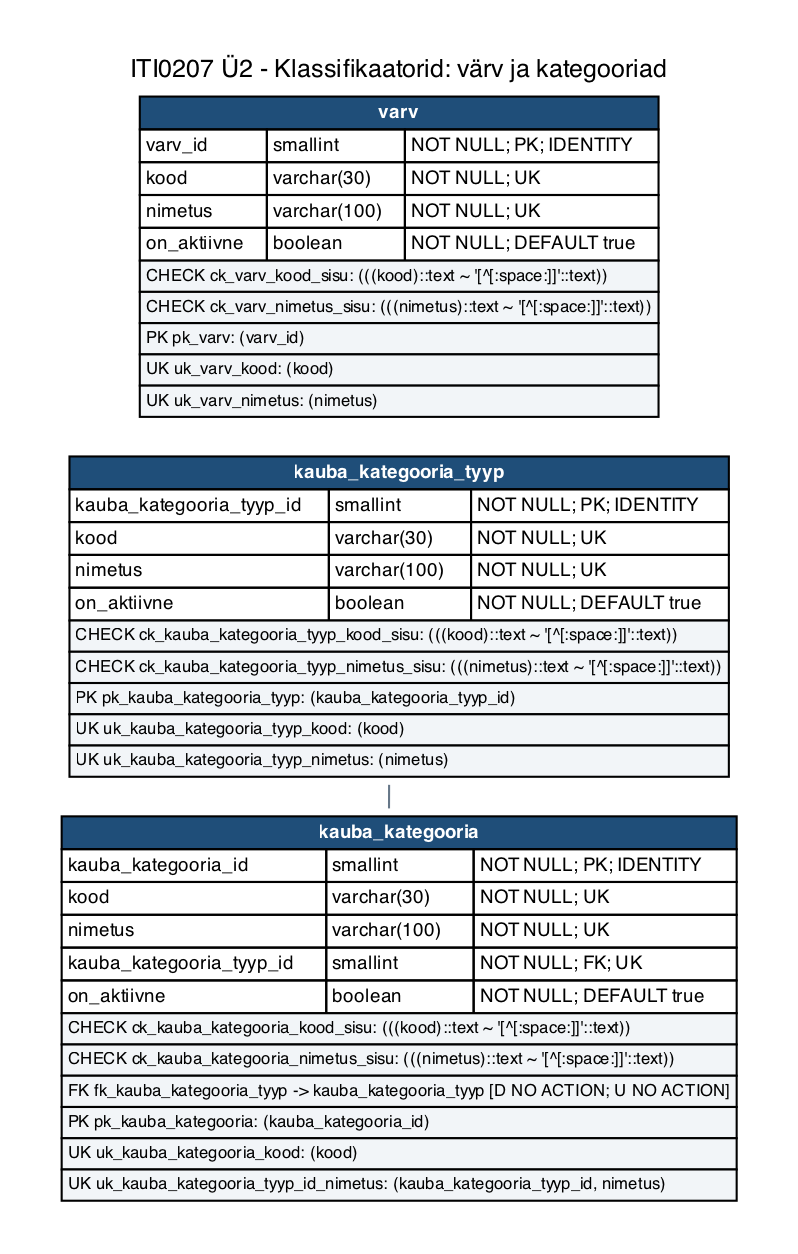
The Graphviz diagram iti0207-epood/docs/diagrams/u2-01e-klassifikaatorid-kategooriad.png in tamkivi/andmebaasid-projekt, before a commit. Its source is kept beside it as iti0207-epood/docs/diagrams/u2-01e-klassifikaatorid-kategooriad.dot.
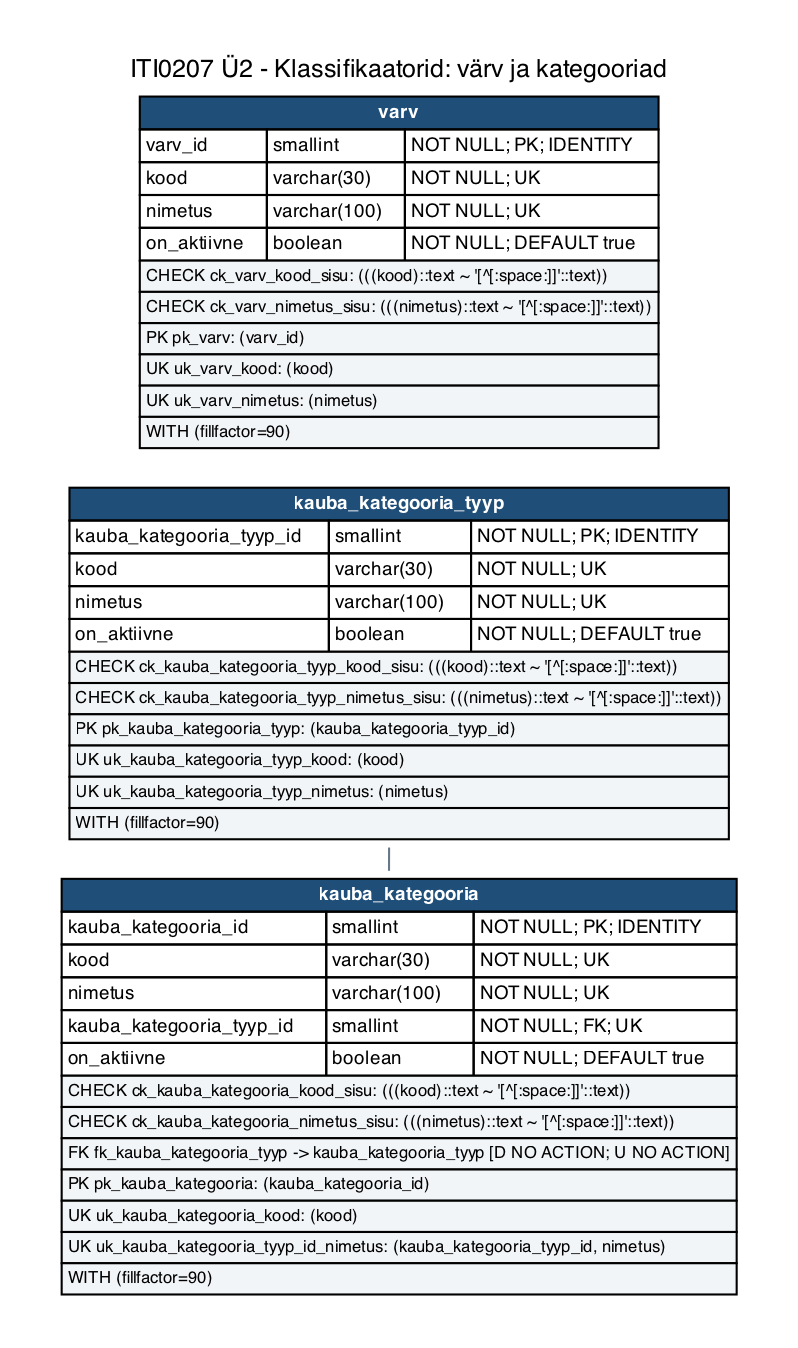
The same diagram one commit later.

What changed in the source:
```diff
@@ -5,9 +5,9 @@
   edge [color="#667788", dir=none, fontsize=8, fontname=Helvetica];
   labelloc="t";
   label="ITI0207 Ü2 - Klassifikaatorid: värv ja kategooriad";
-  "varv" [label=<<TABLE BORDER="0" CELLBORDER="1" CELLSPACING="0" CELLPADDING="2"><TR><TD COLSPAN="3" BGCOLOR="#1f4e79"><FONT COLOR="white"><B>varv</B></FONT></TD></TR><TR><TD ALIGN="LEFT">varv_id</TD><TD ALIGN="LEFT">smallint</TD><TD ALIGN="LEFT">NOT NULL; PK; IDENTITY</TD></TR><TR><TD ALIGN="LEFT">kood</TD><TD ALIGN="LEFT">varchar(30)</TD><TD ALIGN="LEFT">NOT NULL; UK</TD></TR><TR><TD ALIGN="LEFT">nimetus</TD><TD ALIGN="LEFT">varchar(100)</TD><TD ALIGN="LEFT">NOT NULL; UK</TD></TR><TR><TD ALIGN="LEFT">on_aktiivne</TD><TD ALIGN="LEFT">boolean</TD><TD ALIGN="LEFT">NOT NULL; DEFAULT true</TD></TR><TR><TD COLSPAN="3" ALIGN="LEFT" BGCOLOR="#f2f5f8"><FONT POINT-SIZE="8">CHECK ck_varv_kood_sisu: (((kood)::text ~ &#x27;[^[:space:]]&#x27;::text))</FONT></TD></TR><TR><TD COLSPAN="3" ALIGN="LEFT" BGCOLOR="#f2f5f8"><FONT POINT-SIZE="8">CHECK ck_varv_nimetus_sisu: (((nimetus)::text ~ &#x27;[^[:space:]]&#x27;::text))</FONT></TD></TR><TR><TD COLSPAN="3" ALIGN="LEFT" BGCOLOR="#f2f5f8"><FONT POINT-SIZE="8">PK pk_varv: (varv_id)</FONT></TD></TR><TR><TD COLSPAN="3" ALIGN="LEFT" BGCOLOR="#f2f5f8"><FONT POINT-SIZE="8">UK uk_varv_kood: (kood)</FONT></TD></TR><TR><TD COLSPAN="3" ALIGN="LEFT" BGCOLOR="#f2f5f8"><FONT POINT-SIZE="8">UK uk_varv_nimetus: (nimetus)</FONT></TD></TR></TABLE>>];
-  "kauba_kategooria_tyyp" [label=<<TABLE BORDER="0" CELLBORDER="1" CELLSPACING="0" CELLPADDING="2"><TR><TD COLSPAN="3" BGCOLOR="#1f4e79"><FONT COLOR="white"><B>kauba_kategooria_tyyp</B></FONT></TD></TR><TR><TD ALIGN="LEFT">kauba_kategooria_tyyp_id</TD><TD ALIGN="LEFT">smallint</TD><TD ALIGN="LEFT">NOT NULL; PK; IDENTITY</TD></TR><TR><TD ALIGN="LEFT">kood</TD><TD ALIGN="LEFT">varchar(30)</TD><TD ALIGN="LEFT">NOT NULL; UK</TD></TR><TR><TD ALIGN="LEFT">nimetus</TD><TD ALIGN="LEFT">varchar(100)</TD><TD ALIGN="LEFT">NOT NULL; UK</TD></TR><TR><TD ALIGN="LEFT">on_aktiivne</TD><TD ALIGN="LEFT">boolean</TD><TD ALIGN="LEFT">NOT NULL; DEFAULT true</TD></TR><TR><TD COLSPAN="3" ALIGN="LEFT" BGCOLOR="#f2f5f8"><FONT POINT-SIZE="8">CHECK ck_kauba_kategooria_tyyp_kood_sisu: (((kood)::text ~ &#x27;[^[:space:]]&#x27;::text))</FONT></TD></TR><TR><TD COLSPAN="3" ALIGN="LEFT" BGCOLOR="#f2f5f8"><FONT POINT-SIZE="8">CHECK ck_kauba_kategooria_tyyp_nimetus_sisu: (((nimetus)::text ~ &#x27;[^[:space:]]&#x27;::text))</FONT></TD></TR><TR><TD COLSPAN="3" ALIGN="LEFT" BGCOLOR="#f2f5f8"><FONT POINT-SIZE="8">PK pk_kauba_kategooria_tyyp: (kauba_kategooria_tyyp_id)</FONT></TD></TR><TR><TD COLSPAN="3" ALIGN="LEFT" BGCOLOR="#f2f5f8"><FONT POINT-SIZE="8">UK uk_kauba_kategooria_tyyp_kood: (kood)</FONT></TD></TR><TR><TD COLSPAN="3" ALIGN="LEFT" BGCOLOR="#f2f5f8"><FONT POINT-SIZE="8">UK uk_kauba_kategooria_tyyp_nimetus: (nimetus)</FONT></TD></TR></TABLE>>];
-  "kauba_kategooria" [label=<<TABLE BORDER="0" CELLBORDER="1" CELLSPACING="0" CELLPADDING="2"><TR><TD COLSPAN="3" BGCOLOR="#1f4e79"><FONT COLOR="white"><B>kauba_kategooria</B></FONT></TD></TR><TR><TD ALIGN="LEFT">kauba_kategooria_id</TD><TD ALIGN="LEFT">smallint</TD><TD ALIGN="LEFT">NOT NULL; PK; IDENTITY</TD></TR><TR><TD ALIGN="LEFT">kood</TD><TD ALIGN="LEFT">varchar(30)</TD><TD ALIGN="LEFT">NOT NULL; UK</TD></TR><TR><TD ALIGN="LEFT">nimetus</TD><TD ALIGN="LEFT">varchar(100)</TD><TD ALIGN="LEFT">NOT NULL; UK</TD></TR><TR><TD ALIGN="LEFT">kauba_kategooria_tyyp_id</TD><TD ALIGN="LEFT">smallint</TD><TD ALIGN="LEFT">NOT NULL; FK; UK</TD></TR><TR><TD ALIGN="LEFT">on_aktiivne</TD><TD ALIGN="LEFT">boolean</TD><TD ALIGN="LEFT">NOT NULL; DEFAULT true</TD></TR><TR><TD COLSPAN="3" ALIGN="LEFT" BGCOLOR="#f2f5f8"><FONT POINT-SIZE="8">CHECK ck_kauba_kategooria_kood_sisu: (((kood)::text ~ &#x27;[^[:space:]]&#x27;::text))</FONT></TD></TR><TR><TD COLSPAN="3" ALIGN="LEFT" BGCOLOR="#f2f5f8"><FONT POINT-SIZE="8">CHECK ck_kauba_kategooria_nimetus_sisu: (((nimetus)::text ~ &#x27;[^[:space:]]&#x27;::text))</FONT></TD></TR><TR><TD COLSPAN="3" ALIGN="LEFT" BGCOLOR="#f2f5f8"><FONT POINT-SIZE="8">FK fk_kauba_kategooria_tyyp -&gt; kauba_kategooria_tyyp [D NO ACTION; U NO ACTION]</FONT></TD></TR><TR><TD COLSPAN="3" ALIGN="LEFT" BGCOLOR="#f2f5f8"><FONT POINT-SIZE="8">PK pk_kauba_kategooria: (kauba_kategooria_id)</FONT></TD></TR><TR><TD COLSPAN="3" ALIGN="LEFT" BGCOLOR="#f2f5f8"><FONT POINT-SIZE="8">UK uk_kauba_kategooria_kood: (kood)</FONT></TD></TR><TR><TD COLSPAN="3" ALIGN="LEFT" BGCOLOR="#f2f5f8"><FONT POINT-SIZE="8">UK uk_kauba_kategooria_tyyp_id_nimetus: (kauba_kategooria_tyyp_id, nimetus)</FONT></TD></TR></TABLE>>];
+  "varv" [label=<<TABLE BORDER="0" CELLBORDER="1" CELLSPACING="0" CELLPADDING="2"><TR><TD COLSPAN="3" BGCOLOR="#1f4e79"><FONT COLOR="white"><B>varv</B></FONT></TD></TR><TR><TD ALIGN="LEFT">varv_id</TD><TD ALIGN="LEFT">smallint</TD><TD ALIGN="LEFT">NOT NULL; PK; IDENTITY</TD></TR><TR><TD ALIGN="LEFT">kood</TD><TD ALIGN="LEFT">varchar(30)</TD><TD ALIGN="LEFT">NOT NULL; UK</TD></TR><TR><TD ALIGN="LEFT">nimetus</TD><TD ALIGN="LEFT">varchar(100)</TD><TD ALIGN="LEFT">NOT NULL; UK</TD></TR><TR><TD ALIGN="LEFT">on_aktiivne</TD><TD ALIGN="LEFT">boolean</TD><TD ALIGN="LEFT">NOT NULL; DEFAULT true</TD></TR><TR><TD COLSPAN="3" ALIGN="LEFT" BGCOLOR="#f2f5f8"><FONT POINT-SIZE="8">CHECK ck_varv_kood_sisu: (((kood)::text ~ &#x27;[^[:space:]]&#x27;::text))</FONT></TD></TR><TR><TD COLSPAN="3" ALIGN="LEFT" BGCOLOR="#f2f5f8"><FONT POINT-SIZE="8">CHECK ck_varv_nimetus_sisu: (((nimetus)::text ~ &#x27;[^[:space:]]&#x27;::text))</FONT></TD></TR><TR><TD COLSPAN="3" ALIGN="LEFT" BGCOLOR="#f2f5f8"><FONT POINT-SIZE="8">PK pk_varv: (varv_id)</FONT></TD></TR><TR><TD COLSPAN="3" ALIGN="LEFT" BGCOLOR="#f2f5f8"><FONT POINT-SIZE="8">UK uk_varv_kood: (kood)</FONT></TD></TR><TR><TD COLSPAN="3" ALIGN="LEFT" BGCOLOR="#f2f5f8"><FONT POINT-SIZE="8">UK uk_varv_nimetus: (nimetus)</FONT></TD></TR><TR><TD COLSPAN="3" ALIGN="LEFT" BGCOLOR="#f2f5f8"><FONT POINT-SIZE="8">WITH (fillfactor=90)</FONT></TD></TR></TABLE>>];
+  "kauba_kategooria_tyyp" [label=<<TABLE BORDER="0" CELLBORDER="1" CELLSPACING="0" CELLPADDING="2"><TR><TD COLSPAN="3" BGCOLOR="#1f4e79"><FONT COLOR="white"><B>kauba_kategooria_tyyp</B></FONT></TD></TR><TR><TD ALIGN="LEFT">kauba_kategooria_tyyp_id</TD><TD ALIGN="LEFT">smallint</TD><TD ALIGN="LEFT">NOT NULL; PK; IDENTITY</TD></TR><TR><TD ALIGN="LEFT">kood</TD><TD ALIGN="LEFT">varchar(30)</TD><TD ALIGN="LEFT">NOT NULL; UK</TD></TR><TR><TD ALIGN="LEFT">nimetus</TD><TD ALIGN="LEFT">varchar(100)</TD><TD ALIGN="LEFT">NOT NULL; UK</TD></TR><TR><TD ALIGN="LEFT">on_aktiivne</TD><TD ALIGN="LEFT">boolean</TD><TD ALIGN="LEFT">NOT NULL; DEFAULT true</TD></TR><TR><TD COLSPAN="3" ALIGN="LEFT" BGCOLOR="#f2f5f8"><FONT POINT-SIZE="8">CHECK ck_kauba_kategooria_tyyp_kood_sisu: (((kood)::text ~ &#x27;[^[:space:]]&#x27;::text))</FONT></TD></TR><TR><TD COLSPAN="3" ALIGN="LEFT" BGCOLOR="#f2f5f8"><FONT POINT-SIZE="8">CHECK ck_kauba_kategooria_tyyp_nimetus_sisu: (((nimetus)::text ~ &#x27;[^[:space:]]&#x27;::text))</FONT></TD></TR><TR><TD COLSPAN="3" ALIGN="LEFT" BGCOLOR="#f2f5f8"><FONT POINT-SIZE="8">PK pk_kauba_kategooria_tyyp: (kauba_kategooria_tyyp_id)</FONT></TD></TR><TR><TD COLSPAN="3" ALIGN="LEFT" BGCOLOR="#f2f5f8"><FONT POINT-SIZE="8">UK uk_kauba_kategooria_tyyp_kood: (kood)</FONT></TD></TR><TR><TD COLSPAN="3" ALIGN="LEFT" BGCOLOR="#f2f5f8"><FONT POINT-SIZE="8">UK uk_kauba_kategooria_tyyp_nimetus: (nimetus)</FONT></TD></TR><TR><TD COLSPAN="3" ALIGN="LEFT" BGCOLOR="#f2f5f8"><FONT POINT-SIZE="8">WITH (fillfactor=90)</FONT></TD></TR></TABLE>>];
+  "kauba_kategooria" [label=<<TABLE BORDER="0" CELLBORDER="1" CELLSPACING="0" CELLPADDING="2"><TR><TD COLSPAN="3" BGCOLOR="#1f4e79"><FONT COLOR="white"><B>kauba_kategooria</B></FONT></TD></TR><TR><TD ALIGN="LEFT">kauba_kategooria_id</TD><TD ALIGN="LEFT">smallint</TD><TD ALIGN="LEFT">NOT NULL; PK; IDENTITY</TD></TR><TR><TD ALIGN="LEFT">kood</TD><TD ALIGN="LEFT">varchar(30)</TD><TD ALIGN="LEFT">NOT NULL; UK</TD></TR><TR><TD ALIGN="LEFT">nimetus</TD><TD ALIGN="LEFT">varchar(100)</TD><TD ALIGN="LEFT">NOT NULL; UK</TD></TR><TR><TD ALIGN="LEFT">kauba_kategooria_tyyp_id</TD><TD ALIGN="LEFT">smallint</TD><TD ALIGN="LEFT">NOT NULL; FK; UK</TD></TR><TR><TD ALIGN="LEFT">on_aktiivne</TD><TD ALIGN="LEFT">boolean</TD><TD ALIGN="LEFT">NOT NULL; DEFAULT true</TD></TR><TR><TD COLSPAN="3" ALIGN="LEFT" BGCOLOR="#f2f5f8"><FONT POINT-SIZE="8">CHECK ck_kauba_kategooria_kood_sisu: (((kood)::text ~ &#x27;[^[:space:]]&#x27;::text))</FONT></TD></TR><TR><TD COLSPAN="3" ALIGN="LEFT" BGCOLOR="#f2f5f8"><FONT POINT-SIZE="8">CHECK ck_kauba_kategooria_nimetus_sisu: (((nimetus)::text ~ &#x27;[^[:space:]]&#x27;::text))</FONT></TD></TR><TR><TD COLSPAN="3" ALIGN="LEFT" BGCOLOR="#f2f5f8"><FONT POINT-SIZE="8">FK fk_kauba_kategooria_tyyp -&gt; kauba_kategooria_tyyp [D NO ACTION; U NO ACTION]</FONT></TD></TR><TR><TD COLSPAN="3" ALIGN="LEFT" BGCOLOR="#f2f5f8"><FONT POINT-SIZE="8">PK pk_kauba_kategooria: (kauba_kategooria_id)</FONT></TD></TR><TR><TD COLSPAN="3" ALIGN="LEFT" BGCOLOR="#f2f5f8"><FONT POINT-SIZE="8">UK uk_kauba_kategooria_kood: (kood)</FONT></TD></TR><TR><TD COLSPAN="3" ALIGN="LEFT" BGCOLOR="#f2f5f8"><FONT POINT-SIZE="8">UK uk_kauba_kategooria_tyyp_id_nimetus: (kauba_kategooria_tyyp_id, nimetus)</FONT></TD></TR><TR><TD COLSPAN="3" ALIGN="LEFT" BGCOLOR="#f2f5f8"><FONT POINT-SIZE="8">WITH (fillfactor=90)</FONT></TD></TR></TABLE>>];
   "kauba_kategooria_tyyp" -> "kauba_kategooria";
   "varv" -> "kauba_kategooria_tyyp" [style=invis, weight=100];
   "kauba_kategooria_tyyp" -> "kauba_kategooria" [style=invis, weight=100];
```
